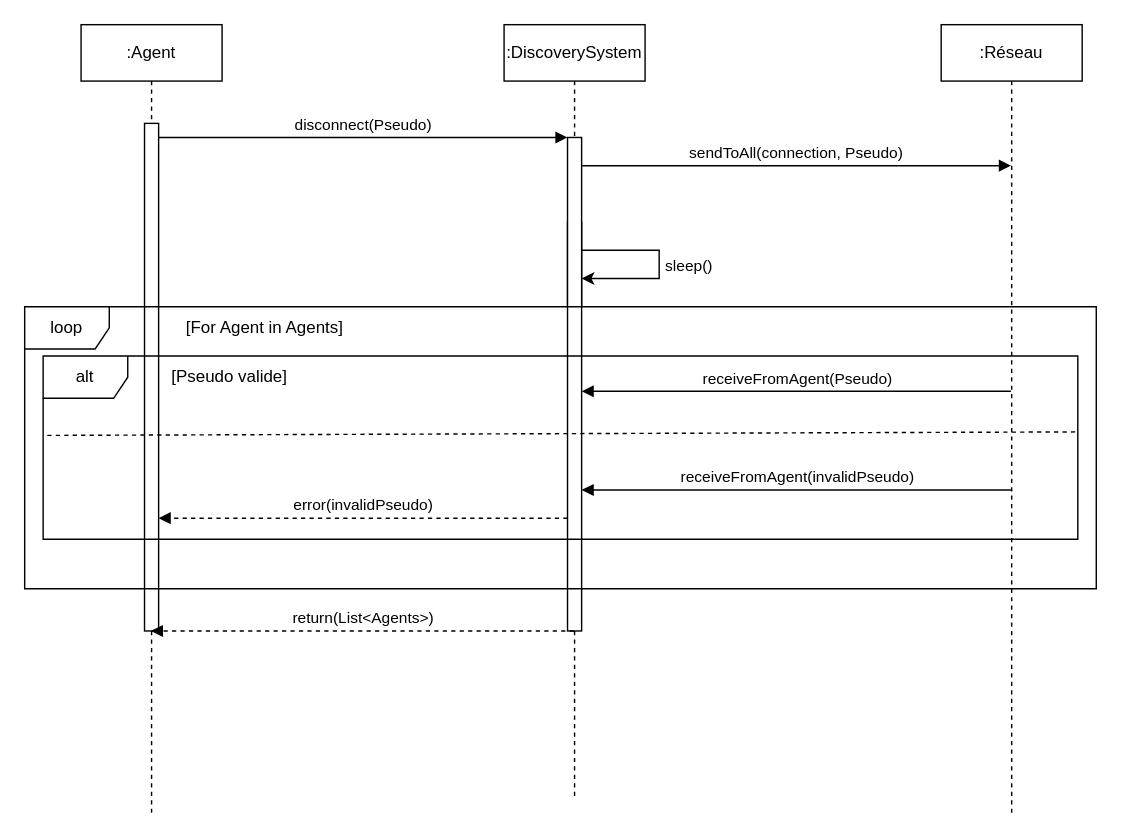
Above: conception/SequenceDiagramDiscoverySystemChangePseudo.drawio in nbillard/Clavardage (draw.io), before the change. Source tidied: cells renumbered, new cells numbered last; positions are measured from the earlier drawing's top-left corner, leaving out a move shared by most shapes. Both pictures are drawn from the tidied source at 141%, with x=0, y=0 at pixel (24, 24).
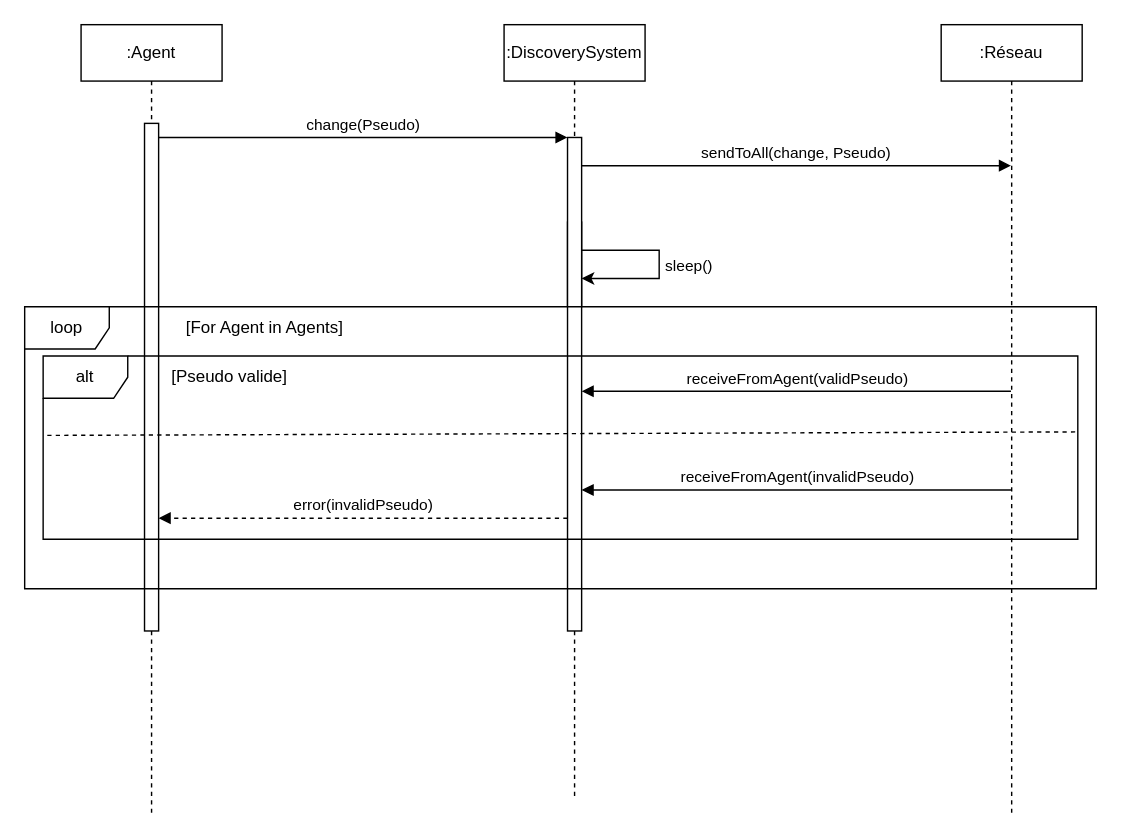
The same page after the edit.

Commit message:
Mettre à jour SequenceDiagramDiscoverySystemChangePseudo.drawio

Unchanged cells that the change refers to:
```xml
<mxCell id="3" value=":Agent" style="shape=umlLifeline;perimeter=lifelinePerimeter;whiteSpace=wrap;html=1;outlineConnect=0;portConstraint=eastwest;newEdgeStyle={&quot;edgeStyle&quot;:&quot;elbowEdgeStyle&quot;,&quot;elbow&quot;:&quot;vertical&quot;,&quot;curved&quot;:0,&quot;rounded&quot;:0};" parent="1" vertex="1">
  <mxGeometry x="40" width="100" height="560" as="geometry" />
</mxCell>
<mxCell id="4" style="html=1;points=[];perimeter=orthogonalPerimeter;outlineConnect=0;targetShapes=umlLifeline;portConstraint=eastwest;newEdgeStyle={&quot;edgeStyle&quot;:&quot;elbowEdgeStyle&quot;,&quot;elbow&quot;:&quot;vertical&quot;,&quot;curved&quot;:0,&quot;rounded&quot;:0};" parent="3" vertex="1">
  <mxGeometry x="45" y="70" width="10" height="360" as="geometry" />
</mxCell>
<mxCell id="5" value=":DiscoverySystem" style="shape=umlLifeline;perimeter=lifelinePerimeter;whiteSpace=wrap;html=1;outlineConnect=0;portConstraint=eastwest;newEdgeStyle={&quot;edgeStyle&quot;:&quot;elbowEdgeStyle&quot;,&quot;elbow&quot;:&quot;vertical&quot;,&quot;curved&quot;:0,&quot;rounded&quot;:0};" parent="1" vertex="1">
  <mxGeometry x="340" width="100" height="550" as="geometry" />
</mxCell>
<mxCell id="6" style="html=1;points=[];perimeter=orthogonalPerimeter;outlineConnect=0;targetShapes=umlLifeline;portConstraint=eastwest;newEdgeStyle={&quot;edgeStyle&quot;:&quot;elbowEdgeStyle&quot;,&quot;elbow&quot;:&quot;vertical&quot;,&quot;curved&quot;:0,&quot;rounded&quot;:0};" parent="5" vertex="1">
  <mxGeometry x="45" y="80" width="10" height="350" as="geometry" />
</mxCell>
<mxCell id="8" value=":Réseau" style="shape=umlLifeline;perimeter=lifelinePerimeter;whiteSpace=wrap;html=1;outlineConnect=0;portConstraint=eastwest;newEdgeStyle={&quot;edgeStyle&quot;:&quot;elbowEdgeStyle&quot;,&quot;elbow&quot;:&quot;vertical&quot;,&quot;curved&quot;:0,&quot;rounded&quot;:0};" parent="1" vertex="1">
  <mxGeometry x="650" width="100" height="560" as="geometry" />
</mxCell>
```

Diff of the diagram source:
```diff
@@
-    <mxCell id="7" value="disconnect(Pseudo)" style="html=1;verticalAlign=bottom;endArrow=block;edgeStyle=elbowEdgeStyle;elbow=vertical;curved=0;rounded=0;" parent="1" edge="1" source="4" target="6">
+    <mxCell id="7" value="change(Pseudo)" style="html=1;verticalAlign=bottom;endArrow=block;edgeStyle=elbowEdgeStyle;elbow=vertical;curved=0;rounded=0;" parent="1" edge="1" source="4" target="6">
       <mxGeometry relative="1" as="geometry">
         <Array as="points">
           <mxPoint x="180" y="80" />
         </Array>
       </mxGeometry>
     </mxCell>
@@
-    <mxCell id="9" value="sendToAll(connection, Pseudo)" style="html=1;verticalAlign=bottom;endArrow=block;edgeStyle=elbowEdgeStyle;elbow=vertical;curved=0;rounded=0;" parent="1" edge="1">
+    <mxCell id="9" value="sendToAll(change, Pseudo)" style="html=1;verticalAlign=bottom;endArrow=block;edgeStyle=elbowEdgeStyle;elbow=vertical;curved=0;rounded=0;" parent="1" edge="1">
       <mxGeometry relative="1" as="geometry">
         <mxPoint x="395" y="100" as="sourcePoint" />
         <mxPoint x="699.5" y="100" as="targetPoint" />
         <Array as="points">
           <mxPoint x="485" y="100" />
         </Array>
       </mxGeometry>
     </mxCell>
@@
-    <mxCell id="21" value="return(List&amp;lt;Agents&amp;gt;)" style="html=1;verticalAlign=bottom;endArrow=block;edgeStyle=elbowEdgeStyle;elbow=vertical;curved=0;rounded=0;dashed=1;" parent="1" edge="1" source="5" target="3">
-      <mxGeometry relative="1" as="geometry">
-        <Array as="points">
-          <mxPoint x="240" y="430" />
-        </Array>
-      </mxGeometry>
-    </mxCell>
-    <mxCell id="22" value="receiveFromAgent(Pseudo)" style="html=1;verticalAlign=bottom;endArrow=block;edgeStyle=elbowEdgeStyle;elbow=vertical;curved=0;rounded=0;" parent="1" edge="1" source="8" target="6">
+    <mxCell id="22" value="receiveFromAgent(validPseudo)" style="html=1;verticalAlign=bottom;endArrow=block;edgeStyle=elbowEdgeStyle;elbow=vertical;curved=0;rounded=0;" parent="1" edge="1" source="8" target="6">
       <mxGeometry relative="1" as="geometry">
         <Array as="points">
           <mxPoint x="561.8" y="260" />
         </Array>
       </mxGeometry>
     </mxCell>
```
